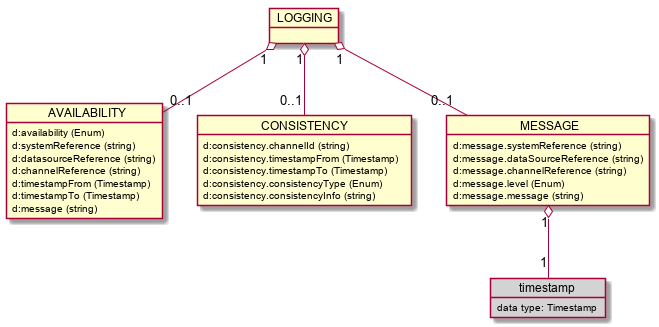
Above: images/generated/rcmdx_logging_group.png in OpenRailAssociation/rcm-dx (PlantUML), before the change.
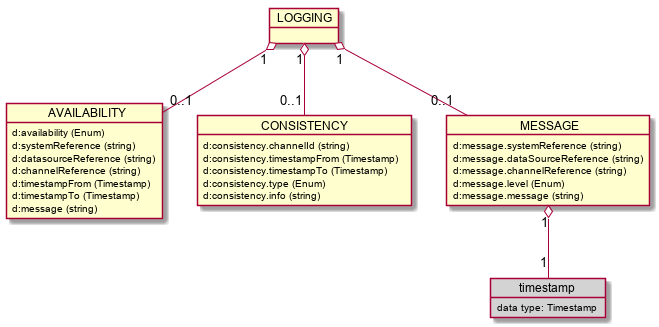
After the commit.

What changed in the source:
```diff
@@ -16,8 +16,8 @@
     d:consistency.channelId (string)
     d:consistency.timestampFrom (Timestamp)
     d:consistency.timestampTo (Timestamp)
-    d:consistency.consistencyType (Enum)
-    d:consistency.consistencyInfo (string)
+    d:consistency.type (Enum)
+    d:consistency.info (string)
   }
   LOGGING "1" o-- "0..1" CONSISTENCY
 
```
